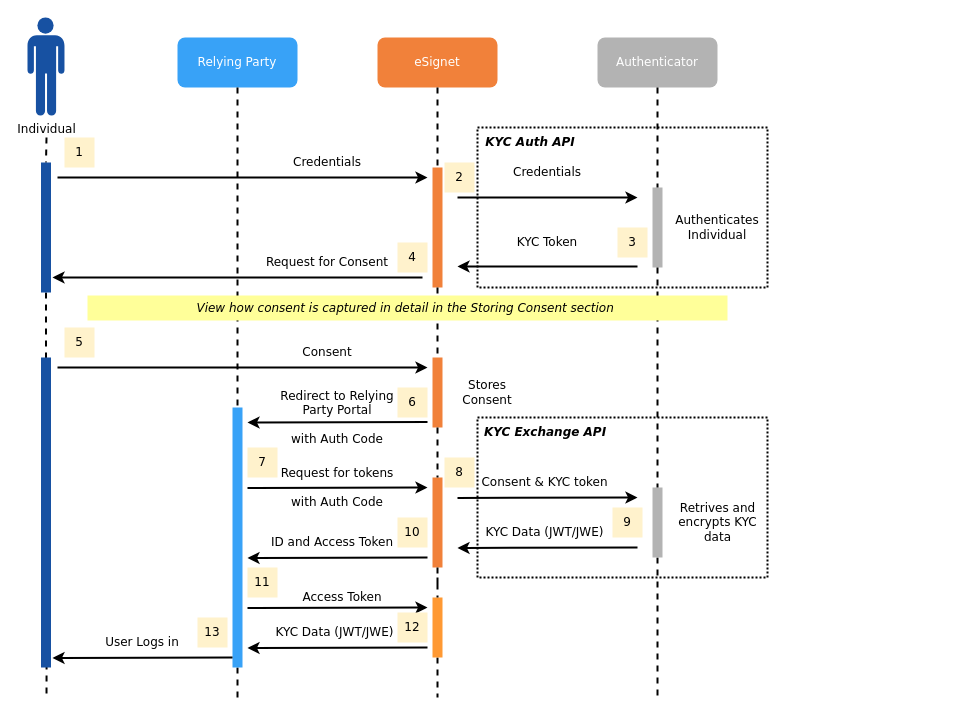
mosip/documentation keeps this draw.io diagram as page "authenticator" (2 of 6) of docs/_files/activity-diagrams.drawio. Above is the earlier version. Source tidied: cells renumbered, new cells numbered last; positions are measured from the earlier drawing's top-left corner, leaving out a move shared by most shapes. Both pictures are drawn from the tidied source at 100%, with x=0, y=0 at pixel (27, 17).
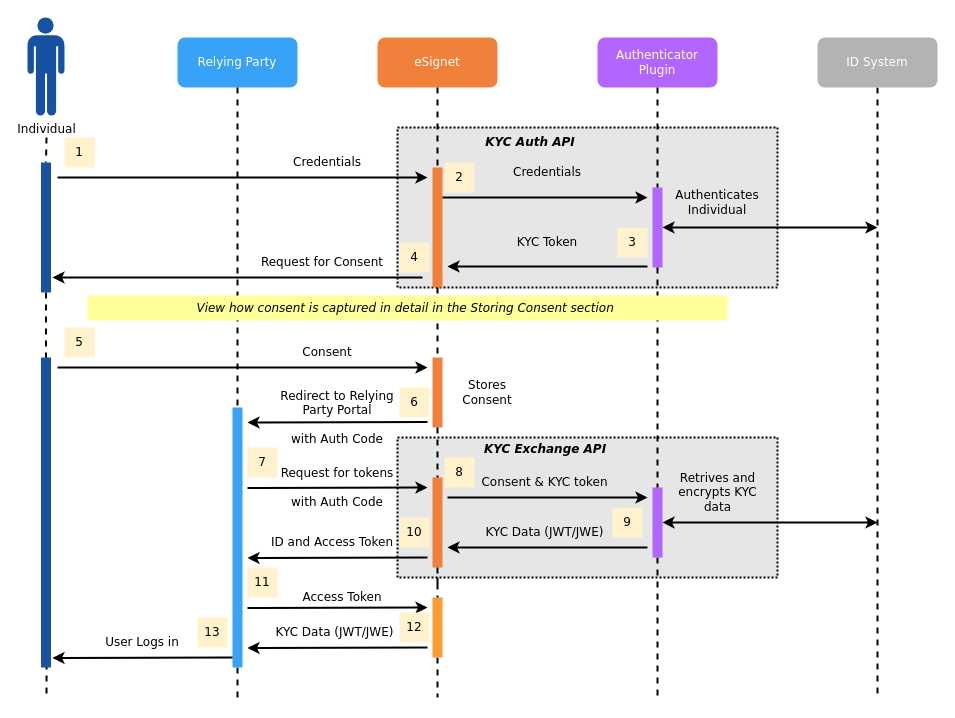
After the change.

The change refers to these unchanged cells:
```xml
<mxCell id="11" style="rounded=0;whiteSpace=wrap;html=1;fontFamily=Verdana;fontColor=#FFFFFF;fillColor=#f1813a;strokeColor=none;" parent="1" vertex="1">
  <mxGeometry x="405" y="150" width="10" height="120" as="geometry" />
</mxCell>
```

The edit, as a diff of the source:
```diff
@@
+    <mxCell id="24" style="rounded=0;whiteSpace=wrap;html=1;fontFamily=Verdana;fontColor=#000000;fillColor=#E6E6E6;dashed=1;strokeWidth=2;dashPattern=1 1;" parent="1" vertex="1">
+      <mxGeometry x="370" y="110" width="380" height="160" as="geometry" />
+    </mxCell>
+    <mxCell id="68" style="rounded=0;whiteSpace=wrap;html=1;fontFamily=Verdana;fontColor=#000000;fillColor=#E6E6E6;dashed=1;strokeWidth=2;dashPattern=1 1;gradientColor=none;" parent="1" vertex="1">
+      <mxGeometry x="370" y="420" width="380" height="140" as="geometry" />
+    </mxCell>
@@
-    <mxCell id="8" value="&lt;font color=&quot;#ffffff&quot;&gt;Authenticator&lt;br&gt;&lt;/font&gt;" style="rounded=1;whiteSpace=wrap;html=1;fillColor=#B3B3B3;strokeColor=none;fontFamily=Verdana;gradientColor=none;" parent="1" vertex="1">
+    <mxCell id="8" value="&lt;font color=&quot;#ffffff&quot;&gt;Authenticator Plugin&lt;br&gt;&lt;/font&gt;" style="rounded=1;whiteSpace=wrap;html=1;fillColor=#B266FF;strokeColor=none;fontFamily=Verdana;gradientColor=none;" parent="1" vertex="1">
       <mxGeometry x="570" y="20" width="120" height="50" as="geometry" />
     </mxCell>
@@
-    <mxCell id="13" style="endArrow=classic;html=1;rounded=0;strokeWidth=2;fontFamily=Verdana;fontColor=#FFFFFF;" parent="1" edge="1">
+    <mxCell id="13" style="endArrow=classic;html=1;rounded=0;strokeWidth=2;fontFamily=Verdana;fontColor=#FFFFFF;exitX=1;exitY=0.25;exitDx=0;exitDy=0;" parent="1" edge="1" source="11">
       <mxGeometry relative="1" as="geometry">
-        <mxPoint x="430" y="180" as="sourcePoint" />
-        <mxPoint x="610" y="180" as="targetPoint" />
+        <mxPoint x="620" y="180" as="targetPoint" />
       </mxGeometry>
     </mxCell>
+    <mxCell id="74" style="edgeStyle=orthogonalEdgeStyle;rounded=0;jettySize=auto;html=1;startArrow=classic;startFill=1;strokeWidth=2;" parent="1" edge="1" source="14">
+      <mxGeometry relative="1" as="geometry">
+        <mxPoint x="850" y="210" as="targetPoint" />
+      </mxGeometry>
+    </mxCell>
-    <mxCell id="14" style="rounded=0;whiteSpace=wrap;html=1;fontFamily=Verdana;fontColor=#FFFFFF;fillColor=#B3B3B3;strokeColor=none;" parent="1" vertex="1">
+    <mxCell id="14" style="rounded=0;whiteSpace=wrap;html=1;fontFamily=Verdana;fontColor=#FFFFFF;fillColor=#B266FF;strokeColor=none;" parent="1" vertex="1">
       <mxGeometry x="625" y="170" width="10" height="80" as="geometry" />
     </mxCell>
@@
     <mxCell id="18" style="endArrow=none;html=1;rounded=0;strokeWidth=2;fontFamily=Verdana;fontColor=#FFFFFF;endFill=0;startArrow=classic;startFill=1;" parent="1" edge="1">
       <mxGeometry relative="1" as="geometry">
-        <mxPoint x="430" y="249" as="sourcePoint" />
-        <mxPoint x="610" y="249" as="targetPoint" />
+        <mxPoint x="420" y="249" as="sourcePoint" />
+        <mxPoint x="620" y="249" as="targetPoint" />
       </mxGeometry>
     </mxCell>
@@
     <mxCell id="23" value="&lt;font color=&quot;#000000&quot;&gt;Authenticates Individual&lt;/font&gt;" style="text;html=1;strokeColor=none;fillColor=none;align=center;verticalAlign=middle;whiteSpace=wrap;rounded=0;fontFamily=Verdana;fontColor=#FFFFFF;" parent="1" vertex="1">
-      <mxGeometry x="660" y="195" width="60" height="30" as="geometry" />
+      <mxGeometry x="660" y="170" width="60" height="30" as="geometry" />
     </mxCell>
-    <mxCell id="24" style="rounded=0;whiteSpace=wrap;html=1;fontFamily=Verdana;fontColor=#000000;fillColor=none;dashed=1;strokeWidth=2;dashPattern=1 1;" parent="1" vertex="1">
-      <mxGeometry x="450" y="110" width="290" height="160" as="geometry" />
-    </mxCell>
@@
     <mxCell id="29" value="4" style="text;html=1;strokeColor=none;fillColor=#fff2cc;align=center;verticalAlign=middle;whiteSpace=wrap;rounded=0;dashed=1;strokeWidth=2;fontFamily=Verdana;" parent="1" vertex="1">
-      <mxGeometry x="370" y="225" width="30" height="30" as="geometry" />
+      <mxGeometry x="372" y="225" width="30" height="30" as="geometry" />
     </mxCell>
@@
     <mxCell id="45" value="6" style="text;html=1;strokeColor=none;fillColor=#fff2cc;align=center;verticalAlign=middle;whiteSpace=wrap;rounded=0;dashed=1;strokeWidth=2;fontFamily=Verdana;" parent="1" vertex="1">
-      <mxGeometry x="370" y="370" width="30" height="30" as="geometry" />
+      <mxGeometry x="372" y="370" width="30" height="30" as="geometry" />
     </mxCell>
@@
+    <mxCell id="75" style="edgeStyle=orthogonalEdgeStyle;rounded=0;jettySize=auto;html=1;exitX=1;exitY=0.5;exitDx=0;exitDy=0;startArrow=classic;startFill=1;strokeWidth=2;" parent="1" edge="1" source="47">
+      <mxGeometry relative="1" as="geometry">
+        <mxPoint x="850" y="505" as="targetPoint" />
+      </mxGeometry>
+    </mxCell>
-    <mxCell id="47" style="rounded=0;whiteSpace=wrap;html=1;fontFamily=Verdana;fontColor=#FFFFFF;fillColor=#B3B3B3;strokeColor=none;" parent="1" vertex="1">
+    <mxCell id="47" style="rounded=0;whiteSpace=wrap;html=1;fontFamily=Verdana;fontColor=#FFFFFF;fillColor=#B266FF;strokeColor=none;" parent="1" vertex="1">
       <mxGeometry x="625" y="470" width="10" height="70" as="geometry" />
     </mxCell>
@@
     <mxCell id="49" style="endArrow=classic;html=1;rounded=0;strokeWidth=2;fontFamily=Verdana;fontColor=#FFFFFF;startArrow=none;startFill=0;endFill=1;" parent="1" edge="1">
       <mxGeometry relative="1" as="geometry">
-        <mxPoint x="430" y="480.5" as="sourcePoint" />
-        <mxPoint x="610" y="480" as="targetPoint" />
+        <mxPoint x="420" y="480" as="sourcePoint" />
+        <mxPoint x="620" y="480" as="targetPoint" />
       </mxGeometry>
     </mxCell>
@@
     <mxCell id="51" style="endArrow=none;html=1;rounded=0;strokeWidth=2;fontFamily=Verdana;fontColor=#FFFFFF;startArrow=classic;startFill=1;endFill=0;" parent="1" edge="1">
       <mxGeometry relative="1" as="geometry">
-        <mxPoint x="430" y="530.5" as="sourcePoint" />
-        <mxPoint x="610" y="530" as="targetPoint" />
+        <mxPoint x="420" y="530" as="sourcePoint" />
+        <mxPoint x="620" y="530" as="targetPoint" />
       </mxGeometry>
     </mxCell>
@@
     <mxCell id="57" value="10" style="text;html=1;strokeColor=none;fillColor=#fff2cc;align=center;verticalAlign=middle;whiteSpace=wrap;rounded=0;dashed=1;strokeWidth=2;fontFamily=Verdana;" parent="1" vertex="1">
-      <mxGeometry x="370" y="500" width="30" height="30" as="geometry" />
+      <mxGeometry x="372" y="500" width="30" height="30" as="geometry" />
     </mxCell>
@@
     <mxCell id="65" value="12" style="text;html=1;strokeColor=none;fillColor=#fff2cc;align=center;verticalAlign=middle;whiteSpace=wrap;rounded=0;dashed=1;strokeWidth=2;fontFamily=Verdana;" parent="1" vertex="1">
-      <mxGeometry x="370" y="595" width="30" height="30" as="geometry" />
+      <mxGeometry x="372" y="595" width="30" height="30" as="geometry" />
     </mxCell>
@@
-    <mxCell id="68" style="rounded=0;whiteSpace=wrap;html=1;fontFamily=Verdana;fontColor=#000000;fillColor=none;dashed=1;strokeWidth=2;dashPattern=1 1;" parent="1" vertex="1">
-      <mxGeometry x="450" y="400" width="290" height="160" as="geometry" />
-    </mxCell>
     <mxCell id="69" value="&lt;i&gt;&lt;b&gt;KYC Exchange API&lt;/b&gt;&lt;/i&gt;" style="text;html=1;strokeColor=none;fillColor=none;align=center;verticalAlign=middle;whiteSpace=wrap;rounded=0;dashed=1;strokeWidth=2;fontFamily=Verdana;fontColor=#000000;" parent="1" vertex="1">
-      <mxGeometry x="452.5" y="400" width="130" height="30" as="geometry" />
+      <mxGeometry x="452.5" y="417" width="130" height="30" as="geometry" />
     </mxCell>
     <mxCell id="70" value="&lt;font color=&quot;#000000&quot;&gt;Retrives and encrypts KYC data&lt;/font&gt;" style="text;html=1;strokeColor=none;fillColor=none;align=center;verticalAlign=middle;whiteSpace=wrap;rounded=0;fontFamily=Verdana;fontColor=#FFFFFF;" parent="1" vertex="1">
-      <mxGeometry x="648.5" y="490" width="83" height="30" as="geometry" />
+      <mxGeometry x="648.5" y="460" width="83" height="30" as="geometry" />
     </mxCell>
@@
     <mxCell id="72" value="&lt;font color=&quot;#000000&quot;&gt;Request for Consent&lt;/font&gt;" style="text;html=1;strokeColor=none;fillColor=none;align=center;verticalAlign=middle;whiteSpace=wrap;rounded=0;fontFamily=Verdana;fontColor=#FFFFFF;" parent="1" vertex="1">
-      <mxGeometry x="235" y="230" width="130" height="30" as="geometry" />
+      <mxGeometry x="230" y="230" width="130" height="30" as="geometry" />
     </mxCell>
@@
+    <mxCell id="76" style="edgeStyle=orthogonalEdgeStyle;rounded=0;jettySize=auto;html=1;endArrow=none;endFill=0;dashed=1;strokeWidth=2;" parent="1" edge="1" source="77">
+      <mxGeometry relative="1" as="geometry">
+        <mxPoint x="850" y="681.3" as="targetPoint" />
+      </mxGeometry>
+    </mxCell>
+    <mxCell id="77" value="&lt;font color=&quot;#ffffff&quot;&gt;ID System&lt;br&gt;&lt;/font&gt;" style="rounded=1;whiteSpace=wrap;html=1;fillColor=#B3B3B3;strokeColor=none;fontFamily=Verdana;gradientColor=none;" parent="1" vertex="1">
+      <mxGeometry x="790" y="20" width="120" height="50" as="geometry" />
+    </mxCell>
+    <mxCell id="78" style="edgeStyle=orthogonalEdgeStyle;rounded=0;orthogonalLoop=1;jettySize=auto;html=1;exitX=0.5;exitY=1;exitDx=0;exitDy=0;" parent="1" edge="1" source="23" target="23">
+      <mxGeometry relative="1" as="geometry" />
+    </mxCell>
```
